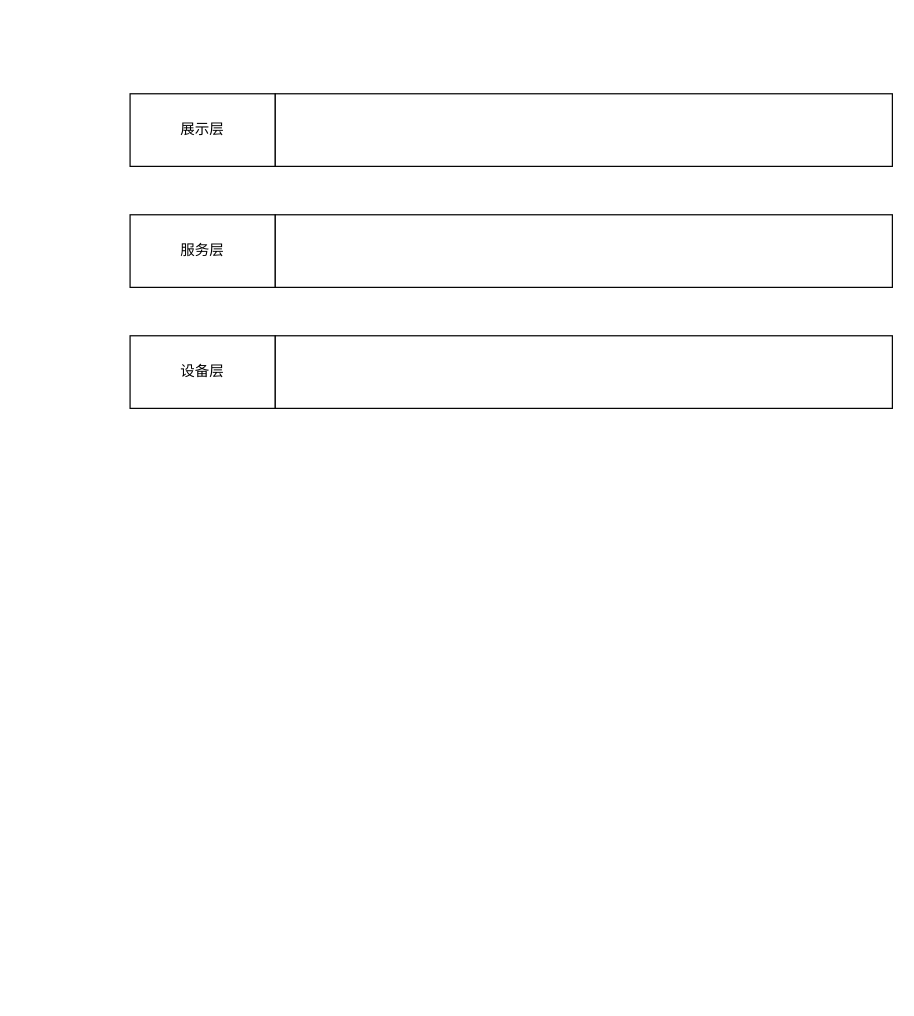
This is Untitled Diagram.drawio from jonathan2007/LearnGit, a draw.io file, before an edit. Source tidied: cells renumbered, new cells numbered last; positions are measured from the earlier drawing's top-left corner, leaving out a move shared by most shapes. Both pictures are drawn from the tidied source at 121%, with x=0, y=0 at pixel (129, 93). Pictures stored in the file or linked from it are replaced by grey dashed boxes.
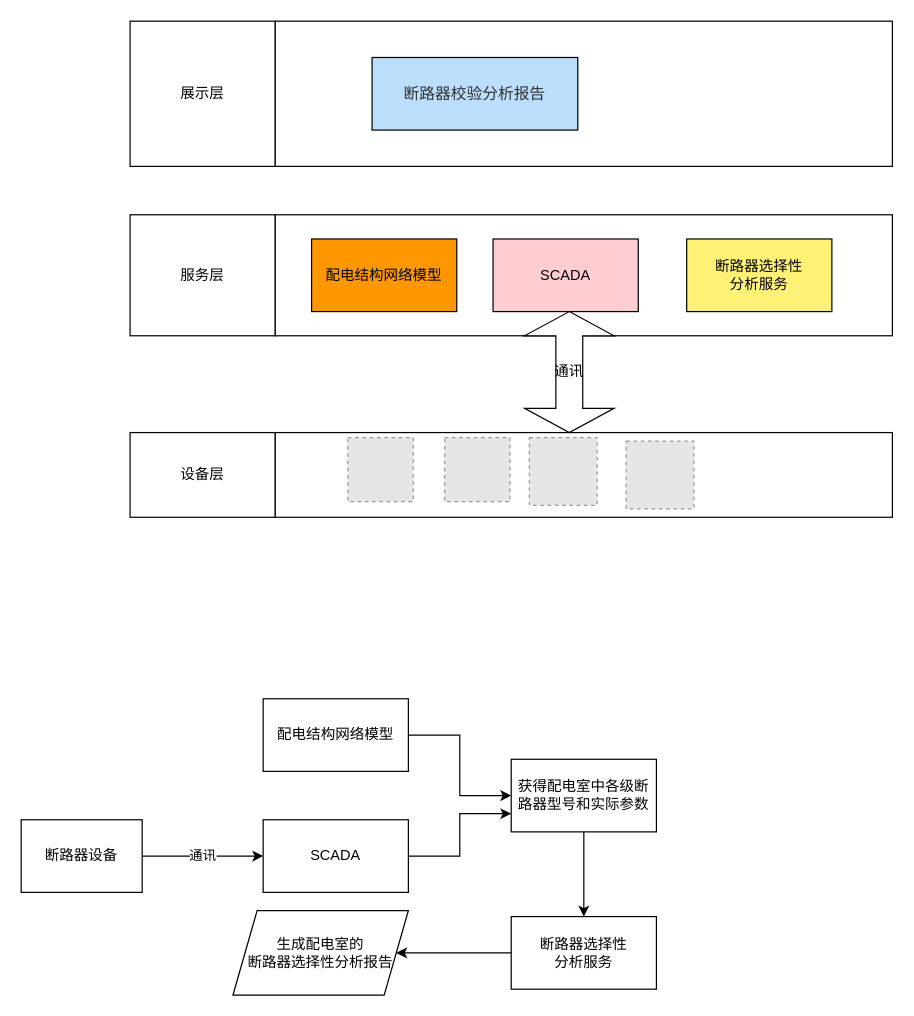
The same page after the edit.

What changed in the source:
```diff
@@
     <mxCell id="2" style="group;" parent="1" vertex="1">
-      <mxGeometry y="200" width="630" height="60" as="geometry" />
+      <mxGeometry y="280" width="630" height="70" as="geometry" />
     </mxCell>
     <mxCell id="3" value="设备层" style="rounded=0;whiteSpace=wrap;html=1;" parent="2" vertex="1">
-      <mxGeometry width="120" height="60" as="geometry" />
+      <mxGeometry width="120" height="70" as="geometry" />
     </mxCell>
     <mxCell id="4" style="rounded=0;whiteSpace=wrap;html=1;" parent="2" vertex="1">
-      <mxGeometry x="120" width="510" height="60" as="geometry" />
+      <mxGeometry x="120" width="510" height="70" as="geometry" />
     </mxCell>
+    <mxCell id="11" style="fillColor=#E6E6E6;strokeColor=#999999;dashed=1;verticalLabelPosition=bottom;labelBackgroundColor=default;verticalAlign=top;" parent="2" vertex="1">
+      <mxGeometry x="180" y="4.1" width="54" height="53" as="geometry" />
+    </mxCell>
+    <mxCell id="12" style="fillColor=#E6E6E6;strokeColor=#999999;dashed=1;verticalLabelPosition=bottom;labelBackgroundColor=default;verticalAlign=top;" parent="2" vertex="1">
+      <mxGeometry x="260" y="4.1" width="54" height="53" as="geometry" />
+    </mxCell>
+    <mxCell id="13" style="fillColor=#E6E6E6;strokeColor=#999999;dashed=1;verticalLabelPosition=bottom;labelBackgroundColor=default;verticalAlign=top;" parent="2" vertex="1">
+      <mxGeometry x="330" y="4.1" width="56" height="56" as="geometry" />
+    </mxCell>
+    <mxCell id="14" style="fillColor=#E6E6E6;strokeColor=#999999;dashed=1;verticalLabelPosition=bottom;labelBackgroundColor=default;verticalAlign=top;" parent="2" vertex="1">
+      <mxGeometry x="410" y="7" width="56" height="56" as="geometry" />
+    </mxCell>
     <mxCell id="5" style="group;" parent="1" vertex="1">
-      <mxGeometry width="630" height="60" as="geometry" />
+      <mxGeometry y="-60" width="630" height="120" as="geometry" />
     </mxCell>
     <mxCell id="6" value="展示层" style="rounded=0;whiteSpace=wrap;html=1;" parent="5" vertex="1">
-      <mxGeometry width="120" height="60" as="geometry" />
+      <mxGeometry width="120" height="120" as="geometry" />
     </mxCell>
     <mxCell id="7" style="rounded=0;whiteSpace=wrap;html=1;" parent="5" vertex="1">
-      <mxGeometry x="120" width="510" height="60" as="geometry" />
+      <mxGeometry x="120" width="510" height="120" as="geometry" />
     </mxCell>
+    <mxCell id="15" value="&lt;span style=&quot;color: rgb(50, 50, 50); font-family: 微软雅黑; font-size: 13px; background-color: rgba(255, 255, 255, 0.01);&quot;&gt;断路器校验分析报告&lt;/span&gt;" style="rounded=0;whiteSpace=wrap;html=1;fillColor=#BBDEFB;" parent="5" vertex="1">
+      <mxGeometry x="200" y="30" width="170" height="60" as="geometry" />
+    </mxCell>
     <mxCell id="8" style="group;" parent="1" vertex="1">
-      <mxGeometry y="100" width="630" height="60" as="geometry" />
+      <mxGeometry y="100" width="630" height="180" as="geometry" />
     </mxCell>
     <mxCell id="9" value="服务层" style="rounded=0;whiteSpace=wrap;html=1;" parent="8" vertex="1">
-      <mxGeometry width="120" height="60" as="geometry" />
+      <mxGeometry width="120" height="100" as="geometry" />
     </mxCell>
     <mxCell id="10" style="rounded=0;whiteSpace=wrap;html=1;" parent="8" vertex="1">
-      <mxGeometry x="120" width="510" height="60" as="geometry" />
+      <mxGeometry x="120" width="510" height="100" as="geometry" />
     </mxCell>
+    <mxCell id="16" value="配电结构网络模型" style="rounded=0;whiteSpace=wrap;html=1;fillColor=#FF9800;" parent="8" vertex="1">
+      <mxGeometry x="150" y="20" width="120" height="60" as="geometry" />
+    </mxCell>
+    <mxCell id="17" value="断路器选择性&lt;br&gt;分析服务" style="rounded=0;whiteSpace=wrap;html=1;fillColor=#FFF176;" parent="8" vertex="1">
+      <mxGeometry x="460" y="20" width="120" height="60" as="geometry" />
+    </mxCell>
+    <mxCell id="18" value="SCADA" style="rounded=0;whiteSpace=wrap;html=1;fillColor=#FFCDD2;" parent="8" vertex="1">
+      <mxGeometry x="300" y="20" width="120" height="60" as="geometry" />
+    </mxCell>
+    <mxCell id="19" value="通讯&lt;br&gt;" style="shape=doubleArrow;direction=south;whiteSpace=wrap;html=1;" parent="8" vertex="1">
+      <mxGeometry x="326" y="80" width="74" height="100" as="geometry" />
+    </mxCell>
+    <mxCell id="20" style="edgeStyle=orthogonalEdgeStyle;rounded=0;jettySize=auto;html=1;exitX=1;exitY=0.5;exitDx=0;exitDy=0;entryX=0;entryY=0.5;entryDx=0;entryDy=0;" parent="1" edge="1" source="21" target="27">
+      <mxGeometry relative="1" as="geometry" />
+    </mxCell>
+    <mxCell id="21" value="配电结构网络模型" style="rounded=0;whiteSpace=wrap;html=1;" parent="1" vertex="1">
+      <mxGeometry x="110" y="500" width="120" height="60" as="geometry" />
+    </mxCell>
+    <mxCell id="22" style="edgeStyle=orthogonalEdgeStyle;rounded=0;jettySize=auto;html=1;entryX=0;entryY=0.75;entryDx=0;entryDy=0;" parent="1" edge="1" source="23" target="27">
+      <mxGeometry relative="1" as="geometry" />
+    </mxCell>
+    <mxCell id="23" value="SCADA" style="rounded=0;whiteSpace=wrap;html=1;" parent="1" vertex="1">
+      <mxGeometry x="110" y="600" width="120" height="60" as="geometry" />
+    </mxCell>
+    <mxCell id="24" value="通讯" style="edgeStyle=orthogonalEdgeStyle;rounded=0;jettySize=auto;html=1;entryX=0;entryY=0.5;entryDx=0;entryDy=0;" parent="1" edge="1" source="25" target="23">
+      <mxGeometry relative="1" as="geometry" />
+    </mxCell>
+    <mxCell id="25" value="断路器设备" style="rounded=0;whiteSpace=wrap;html=1;" parent="1" vertex="1">
+      <mxGeometry x="-90" y="600" width="100" height="60" as="geometry" />
+    </mxCell>
+    <mxCell id="26" style="edgeStyle=orthogonalEdgeStyle;rounded=0;jettySize=auto;html=1;exitX=0.5;exitY=1;exitDx=0;exitDy=0;" parent="1" edge="1" source="27" target="29">
+      <mxGeometry relative="1" as="geometry" />
+    </mxCell>
+    <mxCell id="27" value="获得配电室中各级断路器型号和实际参数" style="rounded=0;whiteSpace=wrap;html=1;" parent="1" vertex="1">
+      <mxGeometry x="315" y="550" width="120" height="60" as="geometry" />
+    </mxCell>
+    <mxCell id="28" style="edgeStyle=orthogonalEdgeStyle;rounded=0;jettySize=auto;html=1;" parent="1" edge="1" source="29" target="30">
+      <mxGeometry relative="1" as="geometry" />
+    </mxCell>
+    <mxCell id="29" value="断路器选择性&lt;br&gt;分析服务" style="rounded=0;whiteSpace=wrap;html=1;" parent="1" vertex="1">
+      <mxGeometry x="315" y="680" width="120" height="60" as="geometry" />
+    </mxCell>
+    <mxCell id="30" value="生成配电室的&lt;br&gt;断路器选择性分析报告" style="shape=parallelogram;perimeter=parallelogramPerimeter;whiteSpace=wrap;html=1;fixedSize=1;rounded=0;" parent="1" vertex="1">
+      <mxGeometry x="85" y="675" width="145" height="70" as="geometry" />
+    </mxCell>
```
